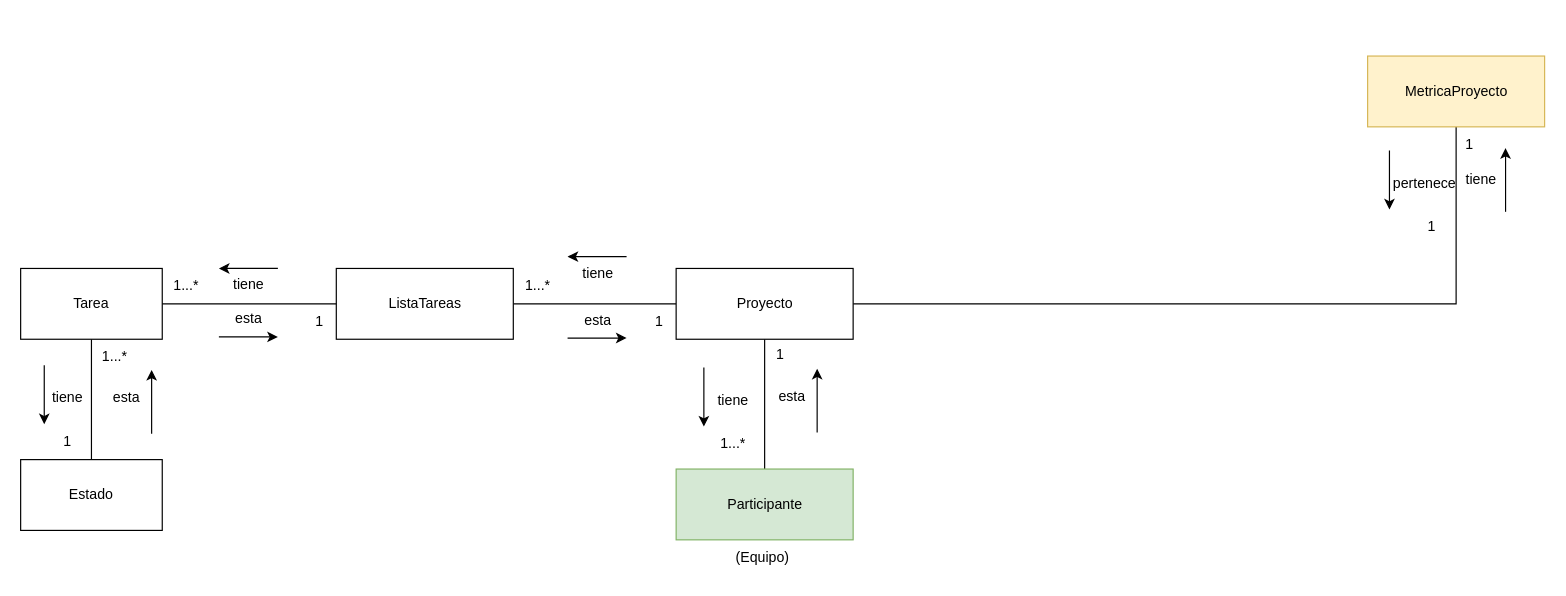
Above: page "AnemicModelProjects" (3 of 14) of CoTasker_BoundedContext.drawio in Migue1409-KP/DOO-working-group (draw.io), before the change. Source tidied: cells renumbered, new cells numbered last; positions are measured from the earlier drawing's top-left corner, leaving out a move shared by most shapes. Both pictures are drawn from the tidied source at 118%, with x=0, y=0 at pixel (20, 55).
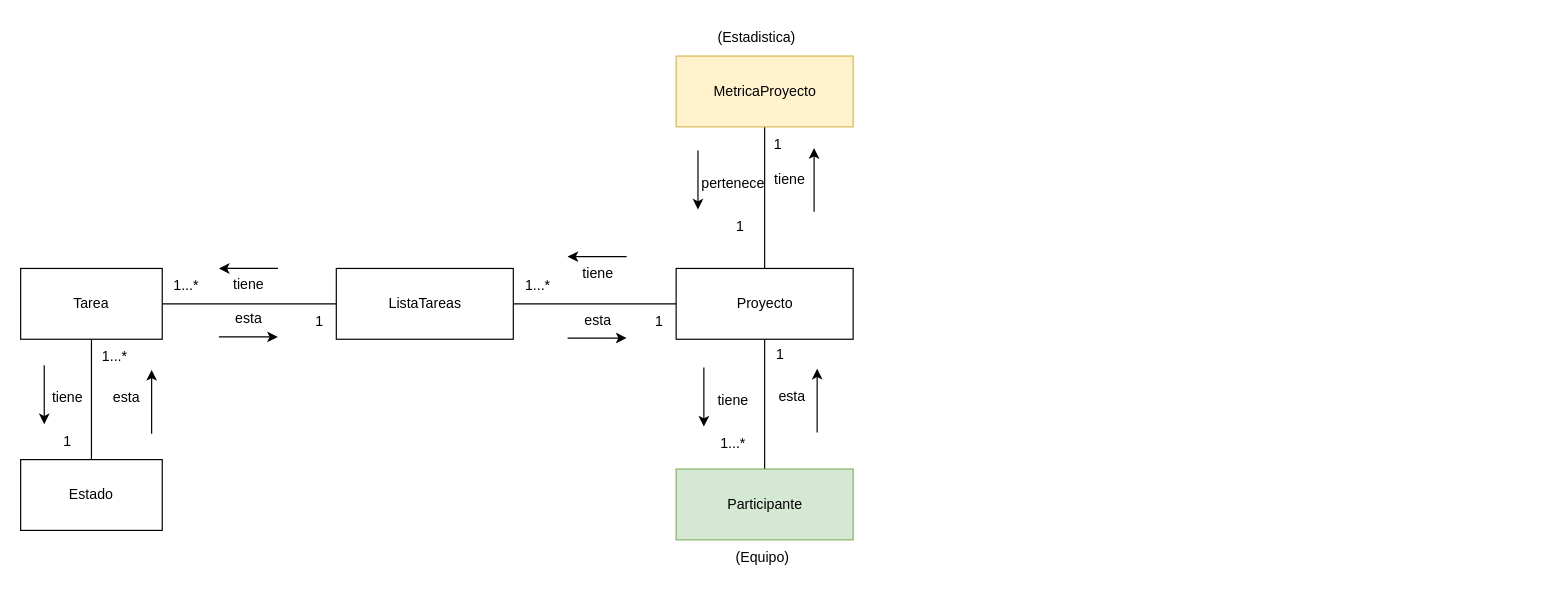
The same page after the edit.

The edit, as a diff of the source:
```diff
@@
     <mxCell id="37" value="MetricaProyecto" style="rounded=0;whiteSpace=wrap;html=1;fillColor=#fff2cc;strokeColor=#d6b656;" parent="1" vertex="1">
-      <mxGeometry x="1141.5" width="150" height="60" as="geometry" />
+      <mxGeometry x="555.5" width="150" height="60" as="geometry" />
     </mxCell>
     <mxCell id="38" value="tiene" style="text;html=1;strokeColor=none;fillColor=none;align=center;verticalAlign=middle;whiteSpace=wrap;rounded=0;" parent="1" vertex="1">
-      <mxGeometry x="1218.4" y="90" width="40" height="30" as="geometry" />
+      <mxGeometry x="632.4" y="90" width="40" height="30" as="geometry" />
     </mxCell>
     <mxCell id="39" style="endArrow=classic;html=1;rounded=0;exitX=0.75;exitY=1;exitDx=0;exitDy=0;" parent="1" edge="1">
       <mxGeometry relative="1" as="geometry">
-        <mxPoint x="1258.4" y="132" as="sourcePoint" />
-        <mxPoint x="1258.4" y="78" as="targetPoint" />
+        <mxPoint x="672.4" y="132" as="sourcePoint" />
+        <mxPoint x="672.4" y="78" as="targetPoint" />
       </mxGeometry>
     </mxCell>
     <mxCell id="40" value="1" style="text;html=1;strokeColor=none;fillColor=none;align=center;verticalAlign=middle;whiteSpace=wrap;rounded=0;" parent="1" vertex="1">
-      <mxGeometry x="1198.4" y="60" width="60" height="30" as="geometry" />
+      <mxGeometry x="612.4" y="60" width="60" height="30" as="geometry" />
     </mxCell>
     <mxCell id="41" value="pertenece" style="text;html=1;strokeColor=none;fillColor=none;align=center;verticalAlign=middle;whiteSpace=wrap;rounded=0;" parent="1" vertex="1">
-      <mxGeometry x="1160" y="93" width="60" height="30" as="geometry" />
+      <mxGeometry x="574" y="93" width="60" height="30" as="geometry" />
     </mxCell>
     <mxCell id="42" style="endArrow=classic;html=1;rounded=0;" parent="1" edge="1">
       <mxGeometry relative="1" as="geometry">
-        <mxPoint x="1160" y="120" as="sourcePoint" />
-        <mxPoint x="1160" y="130" as="targetPoint" />
+        <mxPoint x="574" y="120" as="sourcePoint" />
+        <mxPoint x="574" y="130" as="targetPoint" />
         <Array as="points">
-          <mxPoint x="1160" y="80" />
+          <mxPoint x="574" y="80" />
         </Array>
       </mxGeometry>
     </mxCell>
     <mxCell id="43" value="1" style="text;html=1;strokeColor=none;fillColor=none;align=center;verticalAlign=middle;whiteSpace=wrap;rounded=0;" parent="1" vertex="1">
-      <mxGeometry x="1166" y="130" width="60" height="30" as="geometry" />
+      <mxGeometry x="580" y="130" width="60" height="30" as="geometry" />
     </mxCell>
+    <mxCell id="44" value="(Estadistica)" style="text;html=1;strokeColor=none;fillColor=none;align=center;verticalAlign=middle;whiteSpace=wrap;rounded=0;" parent="1" vertex="1">
+      <mxGeometry x="594" y="-30" width="60" height="30" as="geometry" />
+    </mxCell>
```
